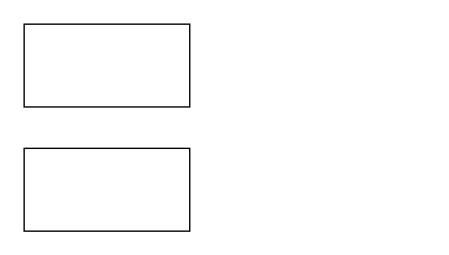
Earlier version of the draw.io diagram 未命名绘图.drawio (zhizhuodemao/drawio). Source tidied: cells renumbered, new cells numbered last; positions are measured from the earlier drawing's top-left corner, leaving out a move shared by most shapes. Both pictures are drawn from the tidied source at 138%, with x=0, y=0 at pixel (23, 23).
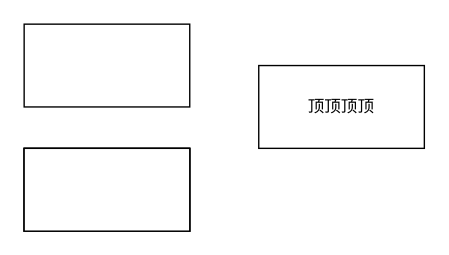
The same diagram, later.

Diff of the diagram source:
```diff
@@
 <mxGraphModel>
   <root>
     <mxCell id="0" />
     <mxCell id="1" parent="0" />
     <mxCell id="2" style="rounded=0;whiteSpace=wrap;html=1;" parent="1" vertex="1">
       <mxGeometry y="90" width="120" height="60" as="geometry" />
     </mxCell>
     <mxCell id="3" style="rounded=0;whiteSpace=wrap;html=1;" parent="1" vertex="1">
       <mxGeometry width="120" height="60" as="geometry" />
     </mxCell>
+    <mxCell id="4" style="rounded=0;whiteSpace=wrap;html=1;" parent="1" vertex="1">
+      <mxGeometry y="90" width="120" height="60" as="geometry" />
+    </mxCell>
+    <mxCell id="5" value="顶顶顶顶" style="rounded=0;whiteSpace=wrap;html=1;" parent="1" vertex="1">
+      <mxGeometry x="170" y="30" width="120" height="60" as="geometry" />
+    </mxCell>
+    <mxCell id="6" style="rounded=0;whiteSpace=wrap;html=1;" parent="1" vertex="1">
+      <mxGeometry y="90" width="120" height="60" as="geometry" />
+    </mxCell>
   </root>
 </mxGraphModel>
```
